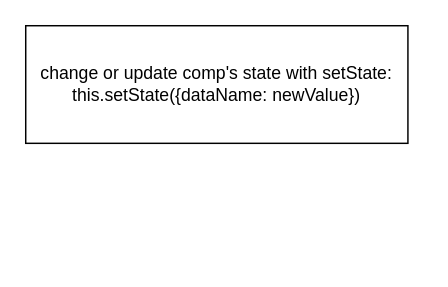
This is page "07 - setState" (15 of 21) of Diagram.drawio from f2xiao/learn-react, a draw.io file, before an edit. Source tidied: cells renumbered, new cells numbered last; positions are measured from the earlier drawing's top-left corner, leaving out a move shared by most shapes. Both pictures are drawn from the tidied source at 147%, with x=0, y=0 at pixel (25, 25).
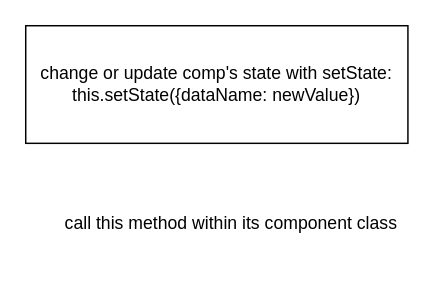
Above is the later version.

Change to the diagram source:
```diff
@@
 <mxGraphModel>
   <root>
     <mxCell id="0" />
     <mxCell id="1" parent="0" />
     <mxCell id="2" value="change or update comp's state with setState: this.setState({dataName: newValue})" style="rounded=0;whiteSpace=wrap;html=1;" parent="1" vertex="1">
       <mxGeometry width="260" height="80" as="geometry" />
     </mxCell>
+    <mxCell id="3" value="call this method within its component class" style="text;html=1;strokeColor=none;fillColor=none;align=center;verticalAlign=middle;whiteSpace=wrap;rounded=0;labelBackgroundColor=#FFFFFF;fontColor=#000000;" parent="1" vertex="1">
+      <mxGeometry x="10" y="110" width="260" height="50" as="geometry" />
+    </mxCell>
   </root>
 </mxGraphModel>
```
